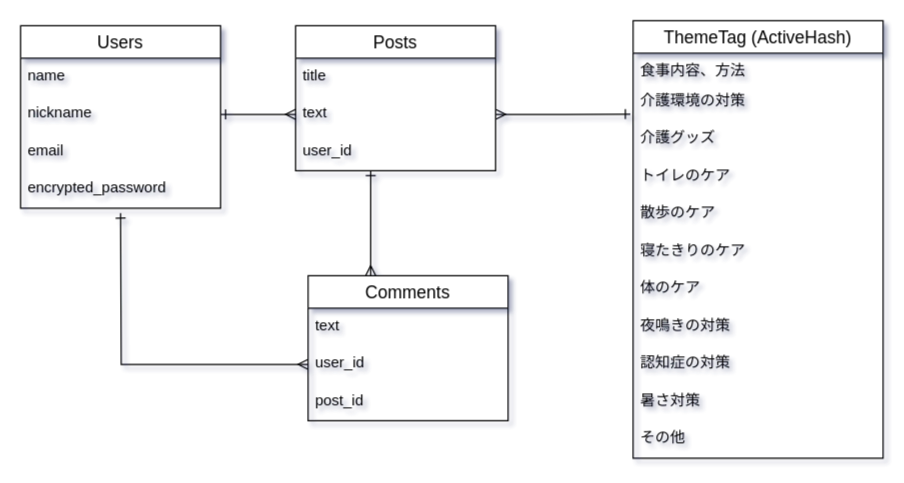
Amanatsu90/pet_care keeps this draw.io diagram as ER.dio. Above is the earlier version. Source tidied: cells renumbered, new cells numbered last; positions are measured from the earlier drawing's top-left corner, leaving out a move shared by most shapes. Both pictures are drawn from the tidied source at 125%, with x=0, y=0 at pixel (20, 20).
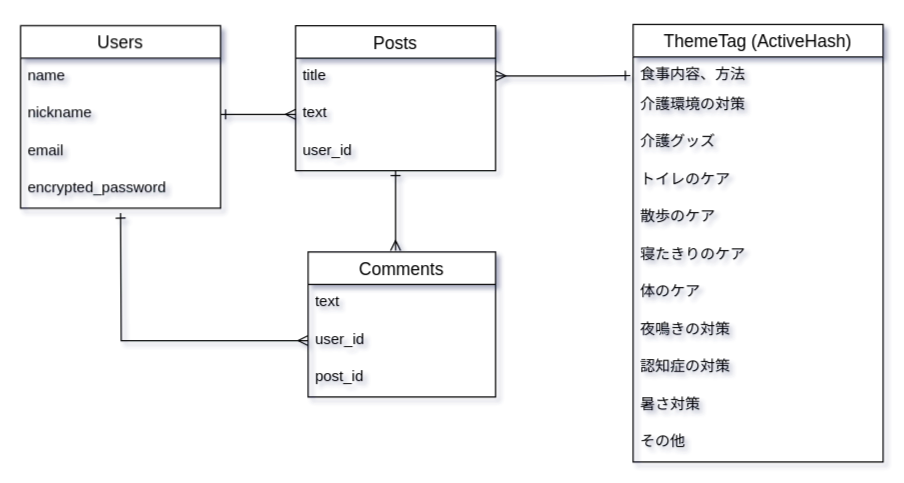
The same page after the edit.

Unchanged cells that the change refers to:
```xml
<mxCell id="9" value="text" style="text;strokeColor=none;fillColor=none;spacingLeft=4;spacingRight=4;overflow=hidden;points=[[0,0.5],[1,0.5]];portConstraint=eastwest;fontSize=12;" parent="7" vertex="1">
  <mxGeometry y="56" width="160" height="30" as="geometry" />
</mxCell>
<mxCell id="10" value="user_id" style="text;strokeColor=none;fillColor=none;spacingLeft=4;spacingRight=4;overflow=hidden;points=[[0,0.5],[1,0.5]];portConstraint=eastwest;fontSize=12;" parent="7" vertex="1">
  <mxGeometry y="86" width="160" height="30" as="geometry" />
</mxCell>
<mxCell id="20" value="介護環境の対策" style="text;strokeColor=none;fillColor=none;spacingLeft=4;spacingRight=4;overflow=hidden;points=[[0,0.5],[1,0.5]];portConstraint=eastwest;fontSize=12;" parent="18" vertex="1">
  <mxGeometry y="50" width="200" height="30" as="geometry" />
</mxCell>
```

Diff of the diagram source:
```diff
@@
-    <mxCell id="11" style="edgeStyle=orthogonalEdgeStyle;rounded=0;jettySize=auto;html=1;startArrow=ERmany;startFill=0;endArrow=ERone;endFill=0;exitX=0.313;exitY=0;exitDx=0;exitDy=0;exitPerimeter=0;" parent="1" edge="1" source="12" target="10">
+    <mxCell id="11" style="edgeStyle=orthogonalEdgeStyle;rounded=0;jettySize=auto;html=1;startArrow=ERmany;startFill=0;endArrow=ERone;endFill=0;" parent="1" edge="1" target="10">
       <mxGeometry relative="1" as="geometry">
+        <mxPoint x="300" y="184" as="sourcePoint" />
         <Array as="points">
-          <mxPoint x="280" y="144" />
-          <mxPoint x="280" y="144" />
+          <mxPoint x="300" y="164" />
         </Array>
       </mxGeometry>
     </mxCell>
     <mxCell id="12" value="Comments" style="swimlane;fontStyle=0;horizontal=1;startSize=26;align=center;fontSize=14;" parent="1" vertex="1">
-      <mxGeometry x="230" y="204" width="160" height="116" as="geometry" />
+      <mxGeometry x="230" y="185" width="150" height="116" as="geometry" />
     </mxCell>
     <mxCell id="13" value="text" style="text;strokeColor=none;fillColor=none;spacingLeft=4;spacingRight=4;overflow=hidden;fontSize=12;" parent="12" vertex="1">
-      <mxGeometry y="26" width="160" height="30" as="geometry" />
+      <mxGeometry y="26" width="150" height="30" as="geometry" />
     </mxCell>
     <mxCell id="14" value="user_id" style="text;strokeColor=none;fillColor=none;spacingLeft=4;spacingRight=4;overflow=hidden;points=[[0,0.5],[1,0.5]];portConstraint=eastwest;fontSize=12;" parent="12" vertex="1">
-      <mxGeometry y="56" width="160" height="30" as="geometry" />
+      <mxGeometry y="56" width="150" height="30" as="geometry" />
     </mxCell>
     <mxCell id="15" value="post_id" style="text;strokeColor=none;fillColor=none;spacingLeft=4;spacingRight=4;overflow=hidden;fontSize=12;" parent="12" vertex="1">
-      <mxGeometry y="86" width="160" height="30" as="geometry" />
+      <mxGeometry y="86" width="150" height="30" as="geometry" />
     </mxCell>
@@
     <mxCell id="18" value="ThemeTag (ActiveHash)" style="swimlane;fontStyle=0;horizontal=1;startSize=26;align=center;fontSize=14;" parent="1" vertex="1">
-      <mxGeometry x="490" width="200" height="350" as="geometry" />
+      <mxGeometry x="490" y="3" width="200" height="350" as="geometry" />
     </mxCell>
@@
-    <mxCell id="30" style="edgeStyle=orthogonalEdgeStyle;rounded=0;jettySize=auto;html=1;exitX=1;exitY=0.5;exitDx=0;exitDy=0;entryX=-0.011;entryY=0.828;entryDx=0;entryDy=0;entryPerimeter=0;startArrow=ERmany;startFill=0;endArrow=ERone;endFill=0;" parent="1" edge="1" source="9" target="20">
-      <mxGeometry relative="1" as="geometry" />
+    <mxCell id="30" style="edgeStyle=orthogonalEdgeStyle;rounded=0;orthogonalLoop=1;jettySize=auto;html=1;exitX=1;exitY=0.5;exitDx=0;exitDy=0;entryX=-0.011;entryY=0.828;entryDx=0;entryDy=0;entryPerimeter=0;startArrow=ERmany;startFill=0;endArrow=ERone;endFill=0;" parent="1" edge="1">
+      <mxGeometry relative="1" as="geometry">
+        <mxPoint x="380" y="44.2" as="sourcePoint" />
+        <mxPoint x="487.8" y="44" as="targetPoint" />
+        <Array as="points">
+          <mxPoint x="460" y="44" />
+          <mxPoint x="460" y="44" />
+        </Array>
+      </mxGeometry>
     </mxCell>
```
